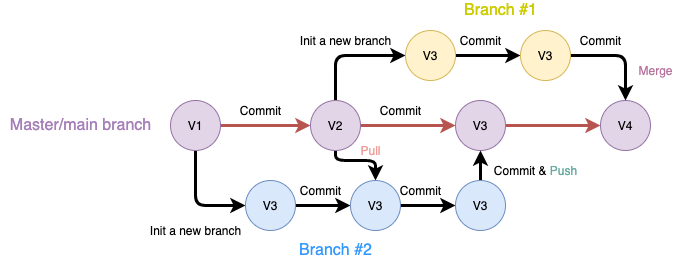
Before: resources/Github.png, a diagram exported from draw.io (cybera/GithubIntroduction). Source tidied: cells renumbered, new cells last; positions are measured from the earlier drawing's top-left corner, leaving out a move shared by most shapes.
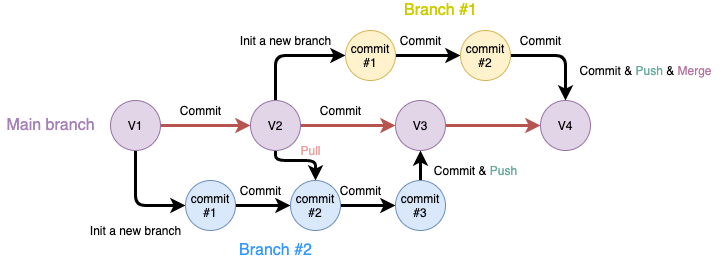
Above is the later version.

Commit message:
update github viz

What changed in the source:
```diff
@@ -46,35 +46,35 @@
     <mxCell id="14" style="edgeStyle=orthogonalEdgeStyle;rounded=0;jettySize=auto;html=1;exitX=1;exitY=0.5;exitDx=0;exitDy=0;strokeWidth=3;" parent="1" edge="1" source="15" target="17">
       <mxGeometry relative="1" as="geometry" />
     </mxCell>
-    <mxCell id="15" value="V3" style="ellipse;whiteSpace=wrap;html=1;fillColor=#dae8fc;strokeColor=#6c8ebf;" parent="1" vertex="1">
+    <mxCell id="15" value="commit #1" style="ellipse;whiteSpace=wrap;html=1;fillColor=#dae8fc;strokeColor=#6c8ebf;" parent="1" vertex="1">
       <mxGeometry x="245" y="180" width="50" height="50" as="geometry" />
     </mxCell>
     <mxCell id="16" style="edgeStyle=orthogonalEdgeStyle;rounded=0;jettySize=auto;html=1;exitX=1;exitY=0.5;exitDx=0;exitDy=0;entryX=0;entryY=0.5;entryDx=0;entryDy=0;strokeWidth=3;" parent="1" edge="1" source="17" target="23">
       <mxGeometry relative="1" as="geometry" />
     </mxCell>
-    <mxCell id="17" value="V3" style="ellipse;whiteSpace=wrap;html=1;fillColor=#dae8fc;strokeColor=#6c8ebf;" parent="1" vertex="1">
+    <mxCell id="17" value="&lt;span&gt;commit #2&lt;/span&gt;" style="ellipse;whiteSpace=wrap;html=1;fillColor=#dae8fc;strokeColor=#6c8ebf;" parent="1" vertex="1">
       <mxGeometry x="350" y="180" width="50" height="50" as="geometry" />
     </mxCell>
     <mxCell id="18" style="edgeStyle=orthogonalEdgeStyle;rounded=0;jettySize=auto;html=1;exitX=1;exitY=0.5;exitDx=0;exitDy=0;entryX=0;entryY=0.5;entryDx=0;entryDy=0;strokeWidth=3;" parent="1" edge="1" source="19" target="21">
       <mxGeometry relative="1" as="geometry" />
     </mxCell>
-    <mxCell id="19" value="V3" style="ellipse;whiteSpace=wrap;html=1;fillColor=#fff2cc;strokeColor=#d6b656;" parent="1" vertex="1">
+    <mxCell id="19" value="&lt;span&gt;commit #1&lt;/span&gt;" style="ellipse;whiteSpace=wrap;html=1;fillColor=#fff2cc;strokeColor=#d6b656;" parent="1" vertex="1">
       <mxGeometry x="405" y="30" width="50" height="50" as="geometry" />
     </mxCell>
     <mxCell id="20" style="edgeStyle=orthogonalEdgeStyle;rounded=1;jettySize=auto;html=1;exitX=1;exitY=0.5;exitDx=0;exitDy=0;entryX=0.5;entryY=0;entryDx=0;entryDy=0;strokeWidth=3;" parent="1" edge="1" source="21" target="11">
       <mxGeometry relative="1" as="geometry" />
     </mxCell>
-    <mxCell id="21" value="V3" style="ellipse;whiteSpace=wrap;html=1;fillColor=#fff2cc;strokeColor=#d6b656;" parent="1" vertex="1">
+    <mxCell id="21" value="&lt;span&gt;commit #2&lt;/span&gt;" style="ellipse;whiteSpace=wrap;html=1;fillColor=#fff2cc;strokeColor=#d6b656;" parent="1" vertex="1">
       <mxGeometry x="520" y="30" width="50" height="50" as="geometry" />
     </mxCell>
     <mxCell id="22" style="edgeStyle=orthogonalEdgeStyle;rounded=0;jettySize=auto;html=1;exitX=0.5;exitY=0;exitDx=0;exitDy=0;entryX=0.5;entryY=1;entryDx=0;entryDy=0;strokeWidth=3;" parent="1" edge="1" source="23" target="10">
       <mxGeometry relative="1" as="geometry" />
     </mxCell>
-    <mxCell id="23" value="V3" style="ellipse;whiteSpace=wrap;html=1;fillColor=#dae8fc;strokeColor=#6c8ebf;" parent="1" vertex="1">
+    <mxCell id="23" value="&lt;span&gt;commit #3&lt;/span&gt;" style="ellipse;whiteSpace=wrap;html=1;fillColor=#dae8fc;strokeColor=#6c8ebf;" parent="1" vertex="1">
       <mxGeometry x="455" y="180" width="50" height="50" as="geometry" />
     </mxCell>
-    <mxCell id="24" value="&lt;font color=&quot;#b5739d&quot;&gt;Merge&lt;/font&gt;" style="text;html=1;align=center;verticalAlign=middle;" parent="1" vertex="1">
-      <mxGeometry x="630" y="60" width="50" height="20" as="geometry" />
+    <mxCell id="24" value="Commit&lt;font color=&quot;#b5739d&quot;&gt; &lt;/font&gt;&amp;amp;&lt;font color=&quot;#b5739d&quot;&gt; &lt;/font&gt;&lt;font color=&quot;#67ab9f&quot;&gt;Push&lt;/font&gt;&lt;font color=&quot;#b5739d&quot;&gt; &lt;/font&gt;&amp;amp;&lt;font color=&quot;#b5739d&quot;&gt; Merge&lt;/font&gt;" style="text;html=1;align=center;verticalAlign=middle;" parent="1" vertex="1">
+      <mxGeometry x="630" y="60" width="150" height="20" as="geometry" />
     </mxCell>
     <mxCell id="25" value="Commit" style="text;html=1;align=center;verticalAlign=middle;strokeColor=none;" parent="1" vertex="1">
       <mxGeometry x="290" y="180" width="60" height="20" as="geometry" />
@@ -97,8 +97,8 @@
     <mxCell id="31" value="&lt;font color=&quot;#3399ff&quot; style=&quot;font-size: 16px&quot;&gt;Branch #2&lt;/font&gt;" style="text;html=1;align=center;verticalAlign=middle;strokeColor=none;" parent="1" vertex="1">
       <mxGeometry x="290" y="240" width="90" height="20" as="geometry" />
     </mxCell>
-    <mxCell id="32" value="&lt;font style=&quot;font-size: 16px&quot; color=&quot;#a680b8&quot;&gt;Master/main branch&lt;/font&gt;" style="text;html=1;align=center;verticalAlign=middle;strokeColor=none;" parent="1" vertex="1">
-      <mxGeometry y="115" width="160" height="20" as="geometry" />
+    <mxCell id="32" value="&lt;font style=&quot;font-size: 16px&quot; color=&quot;#a680b8&quot;&gt;Main branch&lt;/font&gt;" style="text;html=1;align=center;verticalAlign=middle;strokeColor=none;" parent="1" vertex="1">
+      <mxGeometry x="60" y="115" width="100" height="20" as="geometry" />
     </mxCell>
     <mxCell id="33" value="Init a new branch" style="text;html=1;align=center;verticalAlign=middle;strokeColor=none;" parent="1" vertex="1">
       <mxGeometry x="140" y="220" width="110" height="20" as="geometry" />
```
